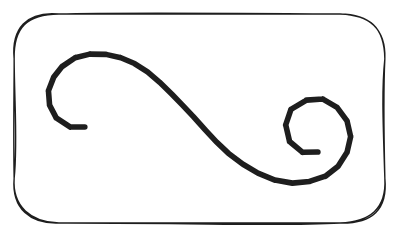
Earlier version of the Excalidraw export ru/images/curvenegativeangledraw.excalidraw.svg (primastem/doc). Source tidied: one line per element, renumbered; positions are measured from the earlier drawing's top-left corner, leaving out a move shared by most shapes. Its diagram source:
```json
{"id": 0, "type": "rectangle", "strokeColor": "#1e1e1e", "backgroundColor": "#ffffff", "fillStyle": "solid", "strokeWidth": 1, "roughness": 1, "round": true, "x": 0, "y": 0, "width": 265, "height": 149}
{"id": 1, "type": "line", "strokeColor": "#1e1e1e", "strokeWidth": 4, "roughness": 0, "x": 51, "y": 81, "width": 216, "height": 92, "points": [[0, 0], [-10, 0], [-20, -7], [-25, -16], [-26, -26], [-22, -36], [-16, -43], [-7, -50], [4, -52], [15, -52], [26, -50], [36, -45], [45, -39], [53, -32], [62, -23], [70, -16], [78, -7], [86, 2], [94, 11], [103, 19], [113, 27], [124, 33], [136, 38], [148, 40], [161, 39], [172, 35], [181, 28], [188, 18], [190, 7], [188, -4], [180, -14], [170, -20], [159, -19], [147, -13], [144, -2], [146, 10], [156, 18], [167, 18]]}
```
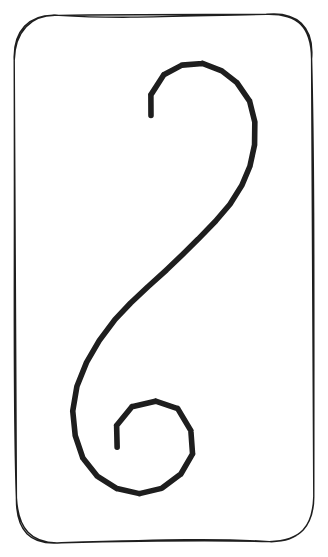
Later version of the same file.

Diff of the diagram source:
```diff
@@ -1,2 +1,2 @@
-{"id": 0, "type": "rectangle", "strokeColor": "#1e1e1e", "backgroundColor": "#ffffff", "fillStyle": "solid", "strokeWidth": 1, "roughness": 1, "round": true, "x": 0, "y": 0, "width": 265, "height": 149}
+{"id": 0, "type": "rectangle", "strokeColor": "#1e1e1e", "angle": 1.57, "backgroundColor": "#ffffff", "fillStyle": "solid", "strokeWidth": 1, "roughness": 1, "round": true, "x": 262, "y": -101, "width": 377, "height": 213}
-{"id": 1, "type": "line", "strokeColor": "#1e1e1e", "strokeWidth": 4, "roughness": 0, "x": 51, "y": 81, "width": 216, "height": 92, "points": [[0, 0], [-10, 0], [-20, -7], [-25, -16], [-26, -26], [-22, -36], [-16, -43], [-7, -50], [4, -52], [15, -52], [26, -50], [36, -45], [45, -39], [53, -32], [62, -23], [70, -16], [78, -7], [86, 2], [94, 11], [103, 19], [113, 27], [124, 33], [136, 38], [148, 40], [161, 39], [172, 35], [181, 28], [188, 18], [190, 7], [188, -4], [180, -14], [170, -20], [159, -19], [147, -13], [144, -2], [146, 10], [156, 18], [167, 18]]}
+{"id": 1, "type": "line", "strokeColor": "#1e1e1e", "angle": 1.57, "strokeWidth": 4, "roughness": 0, "x": 333, "y": 14, "width": 307, "height": 131, "points": [[0, 0], [-15, 0], [-29, -9], [-36, -22], [-37, -37], [-32, -51], [-23, -61], [-10, -71], [5, -74], [21, -74], [37, -71], [50, -65], [64, -56], [76, -46], [89, -33], [99, -22], [111, -10], [122, 3], [134, 15], [146, 27], [161, 38], [176, 47], [193, 54], [211, 57], [228, 55], [245, 50], [258, 40], [267, 26], [270, 10], [267, -6], [256, -20], [242, -28], [225, -27], [210, -18], [204, -2], [208, 15], [221, 26], [237, 25]]}
```
